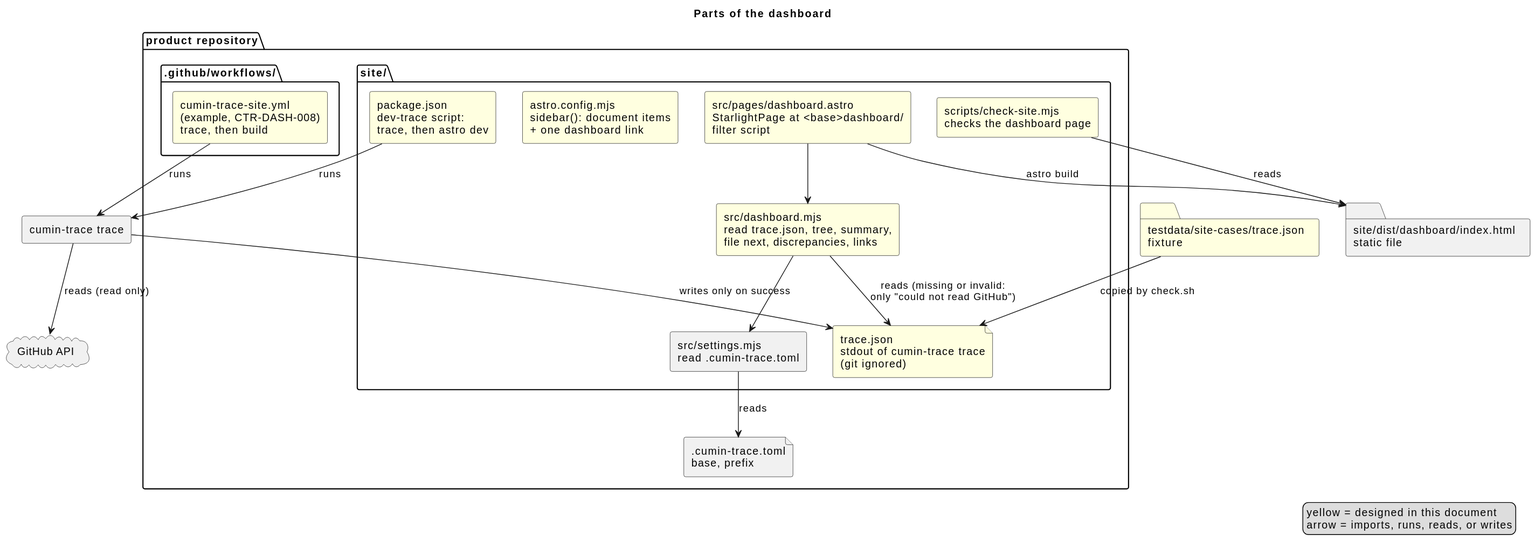
Earlier version of the PlantUML export docs/ja/designs/dashboard/dashboard-packages.svg (cloveclovedev/cumin-trace).
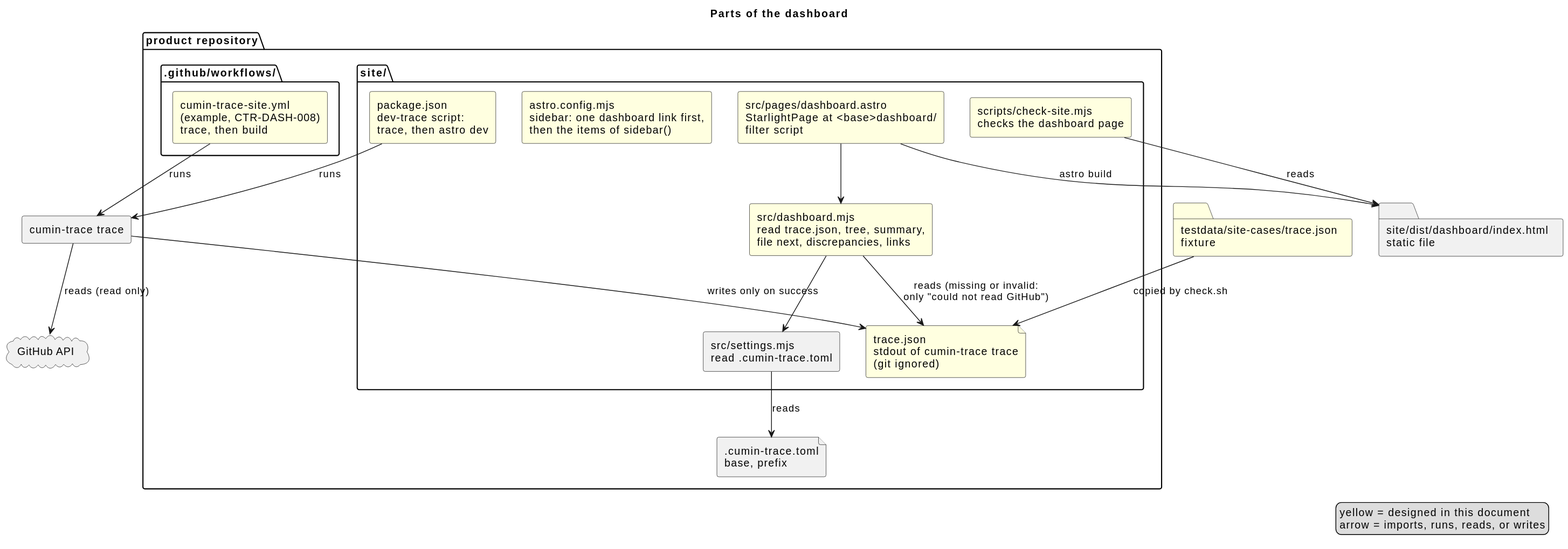
After the change.

Commit message:
docs(designs): put the dashboard link first in the sidebar

The edit, as a diff of the source:
```diff
@@ -8,7 +8,7 @@
   package "site/" {
     file "trace.json\nstdout of cumin-trace trace\n(git ignored)" as trace #LightYellow
     [package.json\ndev-trace script:\ntrace, then astro dev] as pkg #LightYellow
-    [astro.config.mjs\nsidebar(): document items\n+ one dashboard link] as config #LightYellow
+    [astro.config.mjs\nsidebar: one dashboard link first,\nthen the items of sidebar()] as config #LightYellow
     [src/dashboard.mjs\nread trace.json, tree, summary,\nfile next, discrepancies, links] as dash #LightYellow
     [src/pages/dashboard.astro\nStarlightPage at <base>dashboard/\nfilter script] as page #LightYellow
     [src/settings.mjs\nread .cumin-trace.toml] as settings
```
